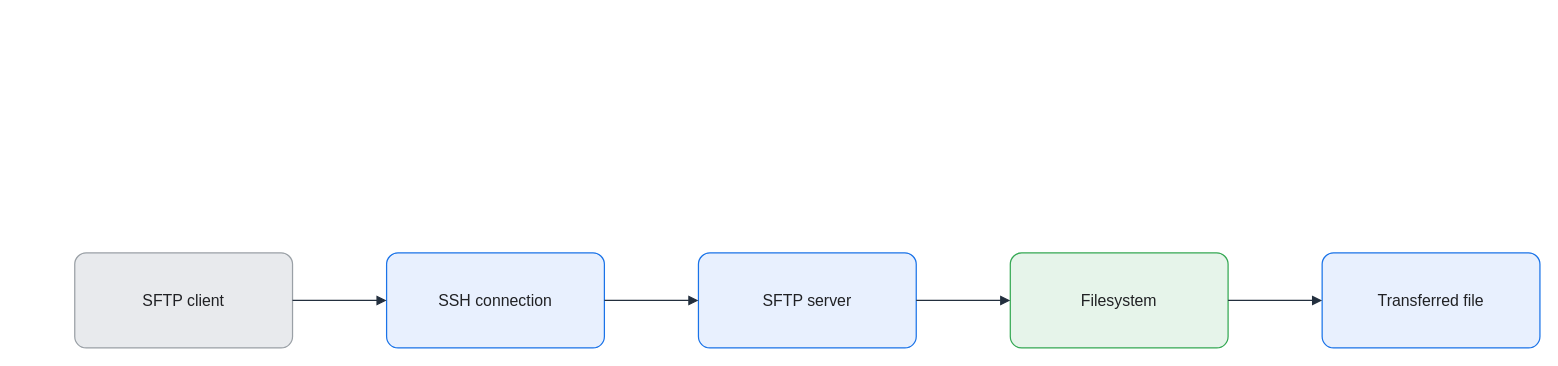
KKamJi98/kkamji98.github.io keeps this draw.io diagram as assets/img/linux/sftp-file-transfer-flow.drawio. Above is the earlier version. Source tidied: cells renumbered, new cells numbered last; positions are measured from the earlier drawing's top-left corner, leaving out a move shared by most shapes. Both pictures are drawn from the tidied source at 99%, with x=0, y=0 at pixel (74, 252).
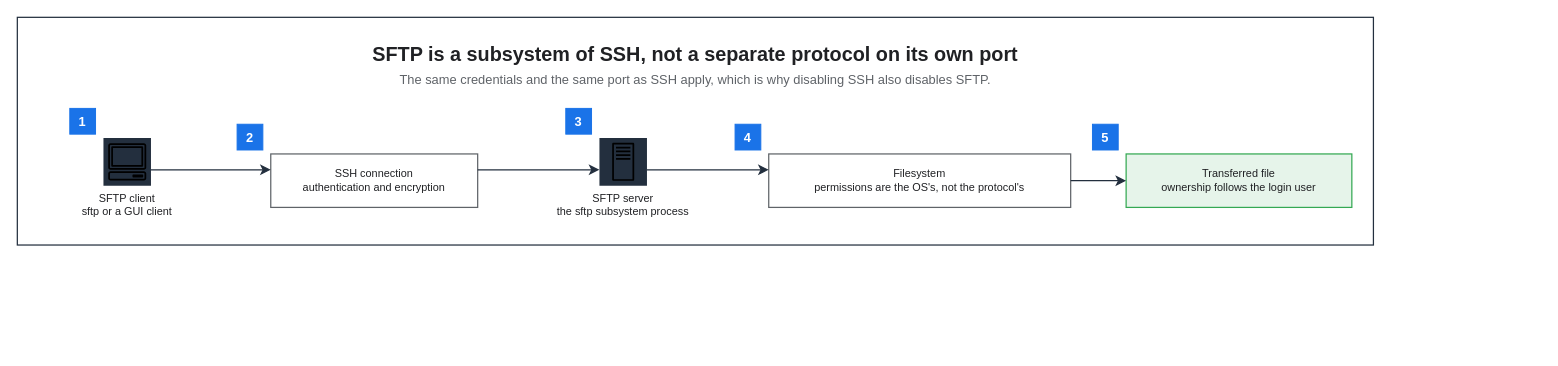
The same page after the edit.

Diff of the diagram source:
```diff
@@
 <mxGraphModel background="#FFFFFF">
   <root>
     <mxCell id="0" />
     <mxCell id="1" parent="0" />
-    <mxCell id="2" value="SFTP client" style="rounded=1;arcSize=12;whiteSpace=wrap;html=0;fillColor=#E8EAED;strokeColor=#9AA0A6;strokeWidth=1.25;fontColor=#202124;fontSize=16;align=center;verticalAlign=middle;spacing=8;shadow=0;" parent="1" vertex="1">
-      <mxGeometry width="220" height="96" as="geometry" />
-    </mxCell>
-    <mxCell id="3" value="SSH connection" style="rounded=1;arcSize=12;whiteSpace=wrap;html=0;fillColor=#E8F0FE;strokeColor=#1A73E8;strokeWidth=1.25;fontColor=#202124;fontSize=16;align=center;verticalAlign=middle;spacing=8;shadow=0;" parent="1" vertex="1">
-      <mxGeometry x="315" width="220" height="96" as="geometry" />
-    </mxCell>
-    <mxCell id="4" value="SFTP server" style="rounded=1;arcSize=12;whiteSpace=wrap;html=0;fillColor=#E8F0FE;strokeColor=#1A73E8;strokeWidth=1.25;fontColor=#202124;fontSize=16;align=center;verticalAlign=middle;spacing=8;shadow=0;" parent="1" vertex="1">
-      <mxGeometry x="630" width="220" height="96" as="geometry" />
-    </mxCell>
-    <mxCell id="5" value="Filesystem" style="rounded=1;arcSize=12;whiteSpace=wrap;html=0;fillColor=#E6F4EA;strokeColor=#34A853;strokeWidth=1.25;fontColor=#202124;fontSize=16;align=center;verticalAlign=middle;spacing=8;shadow=0;" parent="1" vertex="1">
-      <mxGeometry x="945" width="220" height="96" as="geometry" />
-    </mxCell>
-    <mxCell id="6" value="Transferred file" style="rounded=1;arcSize=12;whiteSpace=wrap;html=0;fillColor=#E8F0FE;strokeColor=#1A73E8;strokeWidth=1.25;fontColor=#202124;fontSize=16;align=center;verticalAlign=middle;spacing=8;shadow=0;" parent="1" vertex="1">
-      <mxGeometry x="1260" width="220" height="96" as="geometry" />
-    </mxCell>
-    <mxCell id="7" style="edgeStyle=orthogonalEdgeStyle;rounded=0;jettySize=auto;html=0;endArrow=block;endFill=1;strokeColor=#232F3E;strokeWidth=1.25;fontColor=#202124;labelBackgroundColor=none;exitX=1;exitY=0.5;exitDx=0;exitDy=0;entryX=0;entryY=0.5;entryDx=0;entryDy=0;endSize=7;" parent="1" edge="1" source="2" target="3">
-      <mxGeometry relative="1" as="geometry" />
-    </mxCell>
-    <mxCell id="8" style="edgeStyle=orthogonalEdgeStyle;rounded=0;jettySize=auto;html=0;endArrow=block;endFill=1;strokeColor=#232F3E;strokeWidth=1.25;fontColor=#202124;labelBackgroundColor=none;exitX=1;exitY=0.5;exitDx=0;exitDy=0;entryX=0;entryY=0.5;entryDx=0;entryDy=0;endSize=7;" parent="1" edge="1" source="3" target="4">
-      <mxGeometry relative="1" as="geometry" />
-    </mxCell>
-    <mxCell id="9" style="edgeStyle=orthogonalEdgeStyle;rounded=0;jettySize=auto;html=0;endArrow=block;endFill=1;strokeColor=#232F3E;strokeWidth=1.25;fontColor=#202124;labelBackgroundColor=none;exitX=1;exitY=0.5;exitDx=0;exitDy=0;entryX=0;entryY=0.5;entryDx=0;entryDy=0;endSize=7;" parent="1" edge="1" source="4" target="5">
-      <mxGeometry relative="1" as="geometry" />
-    </mxCell>
-    <mxCell id="10" style="edgeStyle=orthogonalEdgeStyle;rounded=0;jettySize=auto;html=0;endArrow=block;endFill=1;strokeColor=#232F3E;strokeWidth=1.25;fontColor=#202124;labelBackgroundColor=none;exitX=1;exitY=0.5;exitDx=0;exitDy=0;entryX=0;entryY=0.5;entryDx=0;entryDy=0;endSize=7;" parent="1" edge="1" source="5" target="6">
-      <mxGeometry relative="1" as="geometry" />
-    </mxCell>
+    <mxCell id="11" style="rounded=0;html=0;fillColor=none;strokeColor=#232F3E;fontColor=#202124;strokeWidth=1.25;" parent="1" vertex="1">
+      <mxGeometry x="-58" y="-238" width="1369.8" height="230" as="geometry" />
+    </mxCell>
+    <mxCell id="12" value="SFTP is a subsystem of SSH, not a separate protocol on its own port" style="text;html=0;whiteSpace=wrap;fillColor=none;strokeColor=none;fontColor=#202124;fontSize=20;fontStyle=1;align=center;verticalAlign=middle;" parent="1" vertex="1">
+      <mxGeometry x="-36" y="-216" width="1325.8" height="30" as="geometry" />
+    </mxCell>
+    <mxCell id="13" value="The same credentials and the same port as SSH apply, which is why disabling SSH also disables SFTP." style="text;html=0;whiteSpace=wrap;fillColor=none;strokeColor=none;fontColor=#5F6368;fontSize=13;fontStyle=0;align=center;verticalAlign=middle;" parent="1" vertex="1">
+      <mxGeometry x="-36" y="-186" width="1325.8" height="22" as="geometry" />
+    </mxCell>
+    <mxCell id="14" value="SFTP client&#10;sftp or a GUI client" style="sketch=0;outlineConnect=0;gradientColor=none;html=0;whiteSpace=nowrap;fontSize=11;fontStyle=0;fontColor=#202124;verticalLabelPosition=bottom;verticalAlign=top;align=center;labelBackgroundColor=none;fillColor=#232F3E;strokeColor=none;dashed=0;shape=mxgraph.aws4.resourceIcon;resIcon=mxgraph.aws4.client;" parent="1" vertex="1">
+      <mxGeometry x="29" y="-116" width="48" height="48" as="geometry" />
+    </mxCell>
+    <mxCell id="15" value="SSH connection&#10;authentication and encryption" style="rounded=0;whiteSpace=wrap;html=0;fillColor=#FFFFFF;strokeColor=#5F6368;fontColor=#202124;fontSize=11;fontStyle=0;align=center;verticalAlign=middle;spacingLeft=6;spacingRight=6;strokeWidth=1.25;" parent="1" vertex="1">
+      <mxGeometry x="198" y="-100" width="209" height="54" as="geometry" />
+    </mxCell>
+    <mxCell id="16" value="SFTP server&#10;the sftp subsystem process" style="sketch=0;outlineConnect=0;gradientColor=none;html=0;whiteSpace=nowrap;fontSize=11;fontStyle=0;fontColor=#202124;verticalLabelPosition=bottom;verticalAlign=top;align=center;labelBackgroundColor=none;fillColor=#232F3E;strokeColor=none;dashed=0;shape=mxgraph.aws4.resourceIcon;resIcon=mxgraph.aws4.traditional_server;" parent="1" vertex="1">
+      <mxGeometry x="530" y="-116" width="48" height="48" as="geometry" />
+    </mxCell>
+    <mxCell id="17" value="Filesystem&#10;permissions are the OS's, not the protocol's" style="rounded=0;whiteSpace=wrap;html=0;fillColor=#FFFFFF;strokeColor=#5F6368;fontColor=#202124;fontSize=11;fontStyle=0;align=center;verticalAlign=middle;spacingLeft=6;spacingRight=6;strokeWidth=1.25;" parent="1" vertex="1">
+      <mxGeometry x="701" y="-100" width="305" height="54" as="geometry" />
+    </mxCell>
+    <mxCell id="18" value="Transferred file&#10;ownership follows the login user" style="rounded=0;whiteSpace=wrap;html=0;fillColor=#E6F4EA;strokeColor=#34A853;fontColor=#202124;fontSize=11;fontStyle=0;align=center;verticalAlign=middle;spacingLeft=6;spacingRight=6;strokeWidth=1.25;" parent="1" vertex="1">
+      <mxGeometry x="1062" y="-100" width="228" height="54" as="geometry" />
+    </mxCell>
+    <mxCell id="19" value="1" style="rounded=0;whiteSpace=wrap;html=0;fillColor=#1A73E8;strokeColor=#1A73E8;fontColor=#FFFFFF;fontSize=13;fontStyle=1;align=center;verticalAlign=middle;" parent="1" vertex="1">
+      <mxGeometry x="-5" y="-146" width="26" height="26" as="geometry" />
+    </mxCell>
+    <mxCell id="20" value="2" style="rounded=0;whiteSpace=wrap;html=0;fillColor=#1A73E8;strokeColor=#1A73E8;fontColor=#FFFFFF;fontSize=13;fontStyle=1;align=center;verticalAlign=middle;" parent="1" vertex="1">
+      <mxGeometry x="164" y="-130" width="26" height="26" as="geometry" />
+    </mxCell>
+    <mxCell id="21" value="3" style="rounded=0;whiteSpace=wrap;html=0;fillColor=#1A73E8;strokeColor=#1A73E8;fontColor=#FFFFFF;fontSize=13;fontStyle=1;align=center;verticalAlign=middle;" parent="1" vertex="1">
+      <mxGeometry x="496" y="-146" width="26" height="26" as="geometry" />
+    </mxCell>
+    <mxCell id="22" value="4" style="rounded=0;whiteSpace=wrap;html=0;fillColor=#1A73E8;strokeColor=#1A73E8;fontColor=#FFFFFF;fontSize=13;fontStyle=1;align=center;verticalAlign=middle;" parent="1" vertex="1">
+      <mxGeometry x="667" y="-130" width="26" height="26" as="geometry" />
+    </mxCell>
+    <mxCell id="23" value="5" style="rounded=0;whiteSpace=wrap;html=0;fillColor=#1A73E8;strokeColor=#1A73E8;fontColor=#FFFFFF;fontSize=13;fontStyle=1;align=center;verticalAlign=middle;" parent="1" vertex="1">
+      <mxGeometry x="1028" y="-130" width="26" height="26" as="geometry" />
+    </mxCell>
+    <mxCell id="24" style="edgeStyle=orthogonalEdgeStyle;rounded=0;html=0;strokeColor=#232F3E;strokeWidth=1.25;endArrow=classic;endFill=1;endSize=7;fontSize=11;fontColor=#202124;labelBackgroundColor=none;jettySize=14;exitX=1;exitY=0.6667;entryX=0;entryY=0.2963;exitDx=0;exitDy=0;entryDx=0;entryDy=0;" parent="1" edge="1" source="14" target="15">
+      <mxGeometry relative="1" as="geometry" />
+    </mxCell>
+    <mxCell id="25" style="edgeStyle=orthogonalEdgeStyle;rounded=0;html=0;strokeColor=#232F3E;strokeWidth=1.25;endArrow=classic;endFill=1;endSize=7;fontSize=11;fontColor=#202124;labelBackgroundColor=none;jettySize=14;exitX=1;exitY=0.2963;entryX=0;entryY=0.6667;exitDx=0;exitDy=0;entryDx=0;entryDy=0;" parent="1" edge="1" source="15" target="16">
+      <mxGeometry relative="1" as="geometry" />
+    </mxCell>
+    <mxCell id="26" style="edgeStyle=orthogonalEdgeStyle;rounded=0;html=0;strokeColor=#232F3E;strokeWidth=1.25;endArrow=classic;endFill=1;endSize=7;fontSize=11;fontColor=#202124;labelBackgroundColor=none;jettySize=14;exitX=1;exitY=0.6667;entryX=0;entryY=0.2963;exitDx=0;exitDy=0;entryDx=0;entryDy=0;" parent="1" edge="1" source="16" target="17">
+      <mxGeometry relative="1" as="geometry" />
+    </mxCell>
+    <mxCell id="27" style="edgeStyle=orthogonalEdgeStyle;rounded=0;html=0;strokeColor=#232F3E;strokeWidth=1.25;endArrow=classic;endFill=1;endSize=7;fontSize=11;fontColor=#202124;labelBackgroundColor=none;jettySize=14;exitX=1;exitY=0.5;entryX=0;entryY=0.5;exitDx=0;exitDy=0;entryDx=0;entryDy=0;" parent="1" edge="1" source="17" target="18">
+      <mxGeometry relative="1" as="geometry" />
+    </mxCell>
   </root>
 </mxGraphModel>
```
